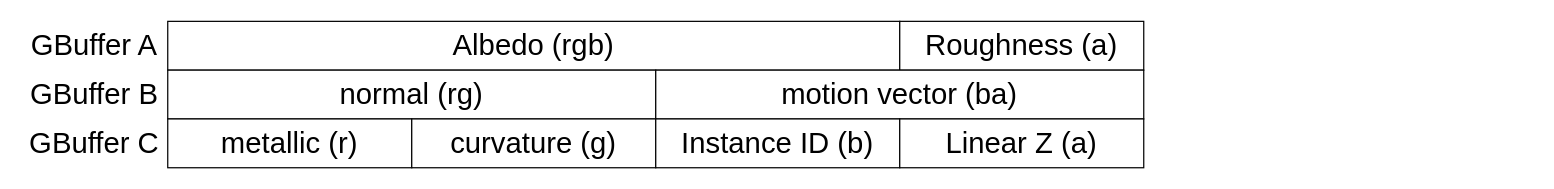
Earlier version of the draw.io diagram doc/gbuffer.drawio (Chaphlagical/CSIG). Source tidied: cells renumbered, new cells numbered last; positions are measured from the earlier drawing's top-left corner, leaving out a move shared by most shapes. Both pictures are drawn from the tidied source at 122%, with x=0, y=0 at pixel (21, 21).
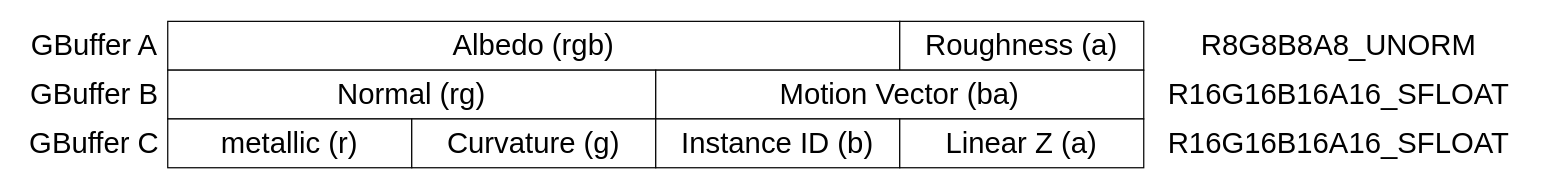
Above is the later version.

Diff of the diagram source:
```diff
@@
 <mxGraphModel>
   <root>
     <mxCell id="0" />
     <mxCell id="1" parent="0" />
     <mxCell id="2" value="&lt;font style=&quot;font-size: 24px;&quot;&gt;Albedo (rgb)&lt;/font&gt;" style="rounded=0;whiteSpace=wrap;html=1;" parent="1" vertex="1">
       <mxGeometry x="120" width="600" height="40" as="geometry" />
     </mxCell>
     <mxCell id="3" value="&lt;font style=&quot;font-size: 24px;&quot;&gt;Roughness (a)&lt;/font&gt;" style="rounded=0;whiteSpace=wrap;html=1;" parent="1" vertex="1">
       <mxGeometry x="720" width="200" height="40" as="geometry" />
     </mxCell>
-    <mxCell id="4" value="&lt;font style=&quot;font-size: 24px;&quot;&gt;normal (rg)&lt;/font&gt;" style="rounded=0;whiteSpace=wrap;html=1;" parent="1" vertex="1">
+    <mxCell id="4" value="&lt;font style=&quot;font-size: 24px;&quot;&gt;Normal (rg)&lt;/font&gt;" style="rounded=0;whiteSpace=wrap;html=1;" parent="1" vertex="1">
       <mxGeometry x="120" y="40" width="400" height="40" as="geometry" />
     </mxCell>
-    <mxCell id="5" value="&lt;font style=&quot;font-size: 24px;&quot;&gt;motion vector (ba)&lt;/font&gt;" style="rounded=0;whiteSpace=wrap;html=1;" parent="1" vertex="1">
+    <mxCell id="5" value="&lt;font style=&quot;font-size: 24px;&quot;&gt;Motion Vector (ba)&lt;/font&gt;" style="rounded=0;whiteSpace=wrap;html=1;" parent="1" vertex="1">
       <mxGeometry x="520" y="40" width="400" height="40" as="geometry" />
     </mxCell>
     <mxCell id="6" value="&lt;font style=&quot;font-size: 24px;&quot;&gt;metallic (r)&lt;/font&gt;" style="rounded=0;whiteSpace=wrap;html=1;" parent="1" vertex="1">
       <mxGeometry x="120" y="80" width="200" height="40" as="geometry" />
     </mxCell>
-    <mxCell id="7" value="&lt;font style=&quot;font-size: 24px;&quot;&gt;curvature (g)&lt;/font&gt;" style="rounded=0;whiteSpace=wrap;html=1;" parent="1" vertex="1">
+    <mxCell id="7" value="&lt;font style=&quot;font-size: 24px;&quot;&gt;Curvature (g)&lt;/font&gt;" style="rounded=0;whiteSpace=wrap;html=1;" parent="1" vertex="1">
       <mxGeometry x="320" y="80" width="200" height="40" as="geometry" />
     </mxCell>
     <mxCell id="8" value="&lt;font style=&quot;font-size: 24px;&quot;&gt;Instance ID (b)&lt;/font&gt;" style="rounded=0;whiteSpace=wrap;html=1;" parent="1" vertex="1">
       <mxGeometry x="520" y="80" width="200" height="40" as="geometry" />
     </mxCell>
     <mxCell id="9" value="&lt;font style=&quot;font-size: 24px;&quot;&gt;Linear Z (a)&lt;/font&gt;" style="rounded=0;whiteSpace=wrap;html=1;" parent="1" vertex="1">
       <mxGeometry x="720" y="80" width="200" height="40" as="geometry" />
     </mxCell>
     <mxCell id="10" value="GBuffer A" style="text;html=1;strokeColor=none;fillColor=none;align=center;verticalAlign=middle;whiteSpace=wrap;rounded=0;fontSize=24;" parent="1" vertex="1">
       <mxGeometry width="120" height="40" as="geometry" />
     </mxCell>
     <mxCell id="11" value="GBuffer B" style="text;html=1;strokeColor=none;fillColor=none;align=center;verticalAlign=middle;whiteSpace=wrap;rounded=0;fontSize=24;" parent="1" vertex="1">
       <mxGeometry y="40" width="120" height="40" as="geometry" />
     </mxCell>
     <mxCell id="12" value="GBuffer C" style="text;html=1;strokeColor=none;fillColor=none;align=center;verticalAlign=middle;whiteSpace=wrap;rounded=0;fontSize=24;" parent="1" vertex="1">
       <mxGeometry y="80" width="120" height="40" as="geometry" />
     </mxCell>
+    <mxCell id="13" value="R8G8B8A8_UNORM" style="text;html=1;strokeColor=none;fillColor=none;align=center;verticalAlign=middle;whiteSpace=wrap;rounded=0;fontSize=24;" parent="1" vertex="1">
+      <mxGeometry x="920" width="320" height="40" as="geometry" />
+    </mxCell>
+    <mxCell id="14" value="R16G16B16A16_SFLOAT" style="text;html=1;strokeColor=none;fillColor=none;align=center;verticalAlign=middle;whiteSpace=wrap;rounded=0;fontSize=24;" parent="1" vertex="1">
+      <mxGeometry x="920" y="40" width="320" height="40" as="geometry" />
+    </mxCell>
+    <mxCell id="15" value="R16G16B16A16_SFLOAT" style="text;html=1;strokeColor=none;fillColor=none;align=center;verticalAlign=middle;whiteSpace=wrap;rounded=0;fontSize=24;" parent="1" vertex="1">
+      <mxGeometry x="920" y="80" width="320" height="40" as="geometry" />
+    </mxCell>
   </root>
 </mxGraphModel>
```
